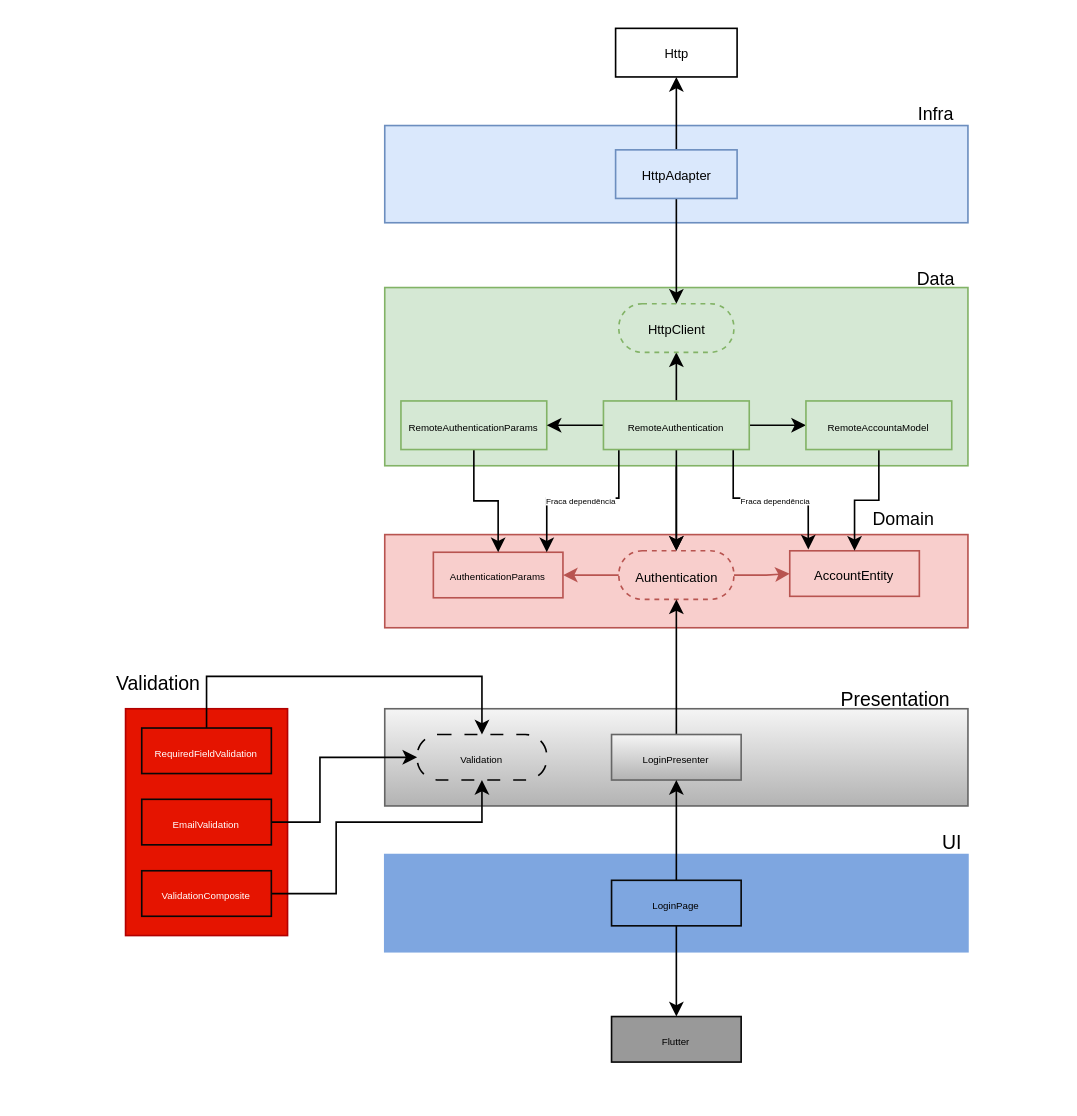
Before: Diagrama sem nome.drawio in GamingTechEdu/arquitetura, a draw.io diagram. Source tidied: cells renumbered, new cells numbered last; positions are measured from the earlier drawing's top-left corner, leaving out a move shared by most shapes. Both pictures are drawn from the tidied source at 162%, with x=0, y=0 at pixel (92, 28).
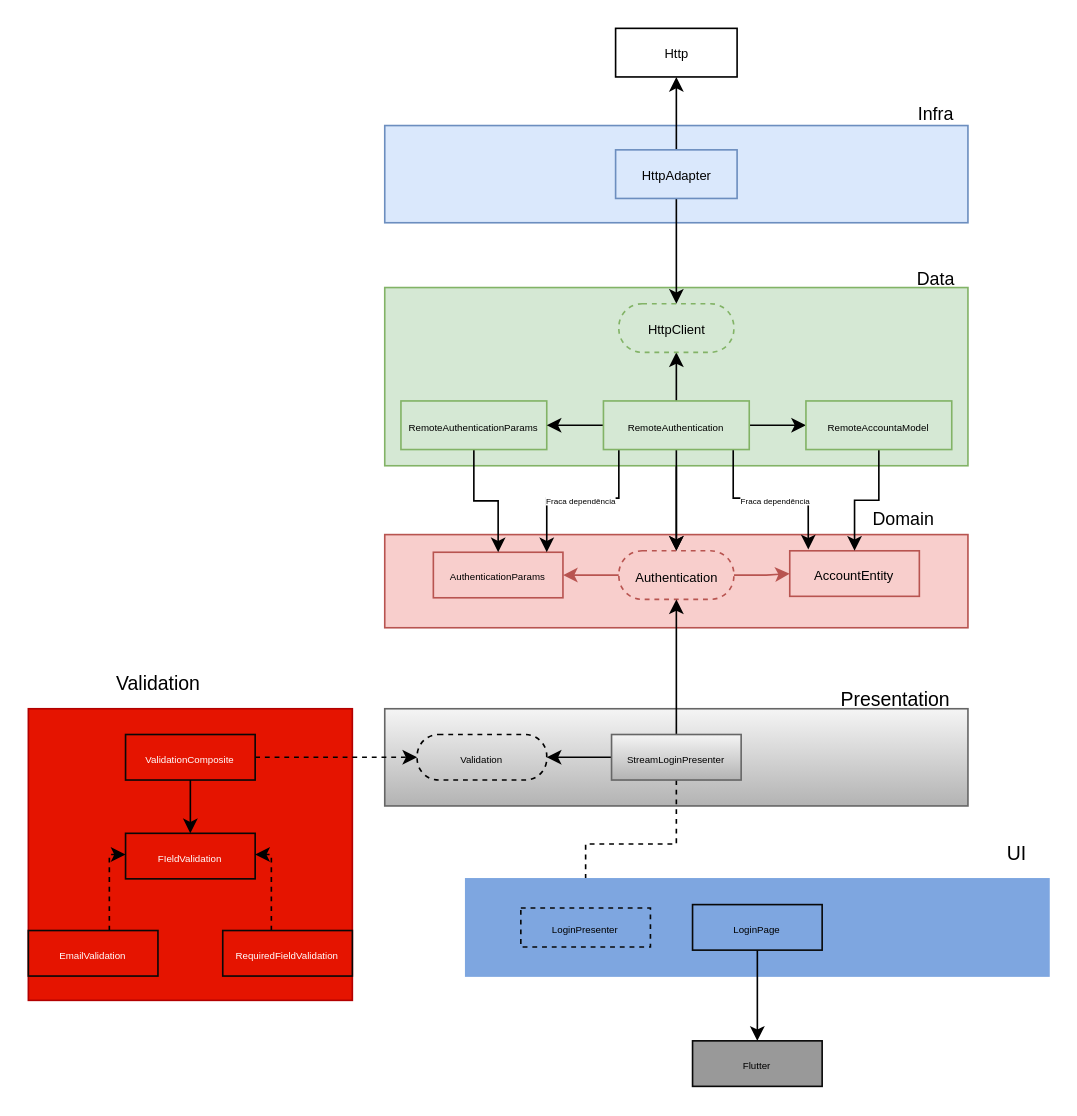
The same page after the edit.

The edit, as a diff of the source:
```diff
@@
-    <mxCell id="33" value="&lt;font style=&quot;font-size: 6px;&quot;&gt;Validation&lt;/font&gt;" style="rounded=1;whiteSpace=wrap;html=1;fillColor=none;arcSize=47;dashed=1;dashPattern=8 8;" parent="1" vertex="1">
+    <mxCell id="33" value="&lt;font style=&quot;font-size: 6px;&quot;&gt;Validation&lt;/font&gt;" style="rounded=1;whiteSpace=wrap;html=1;fillColor=none;arcSize=47;dashed=1;" parent="1" vertex="1">
       <mxGeometry x="200" y="435.9" width="80" height="28.1" as="geometry" />
     </mxCell>
@@
+    <mxCell id="51" style="edgeStyle=orthogonalEdgeStyle;rounded=0;jettySize=auto;html=1;dashed=1;" parent="1" edge="1" source="35" target="54">
+      <mxGeometry relative="1" as="geometry" />
+    </mxCell>
+    <mxCell id="52" style="edgeStyle=orthogonalEdgeStyle;rounded=0;jettySize=auto;html=1;" parent="1" edge="1" source="35" target="33">
+      <mxGeometry relative="1" as="geometry" />
+    </mxCell>
-    <mxCell id="35" value="&lt;span style=&quot;font-size: 6px;&quot;&gt;LoginPresenter&lt;/span&gt;" style="rounded=0;whiteSpace=wrap;html=1;fillColor=#f5f5f5;strokeColor=#666666;gradientColor=#b3b3b3;" parent="1" vertex="1">
+    <mxCell id="35" value="&lt;span style=&quot;font-size: 6px;&quot;&gt;StreamLoginPresenter&lt;/span&gt;" style="rounded=0;whiteSpace=wrap;html=1;fillColor=#f5f5f5;strokeColor=#666666;gradientColor=#b3b3b3;" parent="1" vertex="1">
       <mxGeometry x="320" y="435.9" width="80" height="28.1" as="geometry" />
     </mxCell>
     <mxCell id="36" style="rounded=0;whiteSpace=wrap;html=1;fillColor=#e51400;strokeColor=#B20000;fontColor=#ffffff;" parent="1" vertex="1">
-      <mxGeometry x="20" y="420" width="100" height="140" as="geometry" />
+      <mxGeometry x="-40" y="420" width="200" height="180" as="geometry" />
     </mxCell>
-    <mxCell id="37" style="edgeStyle=orthogonalEdgeStyle;rounded=0;jettySize=auto;html=1;" parent="1" edge="1" source="38" target="33">
-      <mxGeometry relative="1" as="geometry">
-        <Array as="points">
-          <mxPoint x="70" y="400" />
-          <mxPoint x="240" y="400" />
-        </Array>
-      </mxGeometry>
+    <mxCell id="37" style="edgeStyle=orthogonalEdgeStyle;rounded=0;jettySize=auto;html=1;dashed=1;" parent="1" edge="1" source="38" target="33">
+      <mxGeometry relative="1" as="geometry" />
     </mxCell>
-    <mxCell id="38" value="&lt;span style=&quot;font-size: 6px;&quot;&gt;RequiredFieldValidation&lt;/span&gt;" style="rounded=0;whiteSpace=wrap;html=1;fillColor=#e51400;strokeColor=#080808;fontColor=#ffffff;" parent="1" vertex="1">
-      <mxGeometry x="30" y="431.9" width="80" height="28.1" as="geometry" />
+    <mxCell id="38" value="&lt;span style=&quot;font-size: 6px;&quot;&gt;ValidationComposite&lt;/span&gt;" style="rounded=0;whiteSpace=wrap;html=1;fillColor=#e51400;strokeColor=#080808;fontColor=#ffffff;" parent="1" vertex="1">
+      <mxGeometry x="20" y="435.9" width="80" height="28.1" as="geometry" />
     </mxCell>
-    <mxCell id="39" style="edgeStyle=orthogonalEdgeStyle;rounded=0;jettySize=auto;html=1;" parent="1" edge="1" source="40" target="33">
-      <mxGeometry relative="1" as="geometry">
-        <Array as="points">
-          <mxPoint x="140" y="490" />
-          <mxPoint x="140" y="450" />
-        </Array>
-      </mxGeometry>
-    </mxCell>
-    <mxCell id="40" value="&lt;span style=&quot;font-size: 6px;&quot;&gt;EmailValidation&lt;/span&gt;" style="rounded=0;whiteSpace=wrap;html=1;fillColor=#e51400;strokeColor=#080808;fontColor=#ffffff;" parent="1" vertex="1">
-      <mxGeometry x="30" y="475.9" width="80" height="28.1" as="geometry" />
+    <mxCell id="40" value="&lt;span style=&quot;font-size: 6px;&quot;&gt;FIeldValidation&lt;/span&gt;" style="rounded=0;whiteSpace=wrap;html=1;fillColor=#e51400;strokeColor=#080808;fontColor=#ffffff;" parent="1" vertex="1">
+      <mxGeometry x="20" y="496.9" width="80" height="28.1" as="geometry" />
     </mxCell>
-    <mxCell id="41" style="edgeStyle=orthogonalEdgeStyle;rounded=0;jettySize=auto;html=1;" parent="1" edge="1" source="42" target="33">
-      <mxGeometry relative="1" as="geometry">
-        <Array as="points">
-          <mxPoint x="150" y="534" />
-          <mxPoint x="150" y="490" />
-          <mxPoint x="240" y="490" />
-        </Array>
-      </mxGeometry>
-    </mxCell>
+    <mxCell id="53" style="edgeStyle=orthogonalEdgeStyle;rounded=0;jettySize=auto;html=1;dashed=1;" parent="1" edge="1" source="42" target="40">
+      <mxGeometry relative="1" as="geometry">
+        <Array as="points">
+          <mxPoint x="110" y="510" />
+        </Array>
+      </mxGeometry>
+    </mxCell>
-    <mxCell id="42" value="&lt;span style=&quot;font-size: 6px;&quot;&gt;ValidationComposite&lt;br&gt;&lt;/span&gt;" style="rounded=0;whiteSpace=wrap;html=1;fillColor=#e51400;strokeColor=#080808;fontColor=#ffffff;" parent="1" vertex="1">
-      <mxGeometry x="30" y="520" width="80" height="28.1" as="geometry" />
+    <mxCell id="42" value="&lt;span style=&quot;font-size: 6px;&quot;&gt;RequiredFieldValidation&lt;/span&gt;" style="rounded=0;whiteSpace=wrap;html=1;fillColor=#e51400;strokeColor=#080808;fontColor=#ffffff;" parent="1" vertex="1">
+      <mxGeometry x="80" y="556.9" width="80" height="28.1" as="geometry" />
     </mxCell>
     <mxCell id="43" style="rounded=0;whiteSpace=wrap;html=1;fillColor=#7EA6E0;strokeColor=#7EA6E0;fontColor=#ffffff;" parent="1" vertex="1">
-      <mxGeometry x="180" y="510" width="360" height="60" as="geometry" />
+      <mxGeometry x="230" y="525" width="360" height="60" as="geometry" />
     </mxCell>
-    <mxCell id="44" style="edgeStyle=orthogonalEdgeStyle;rounded=0;jettySize=auto;html=1;" parent="1" edge="1" source="46" target="35">
-      <mxGeometry relative="1" as="geometry" />
-    </mxCell>
@@
     <mxCell id="46" value="&lt;span style=&quot;font-size: 6px;&quot;&gt;LoginPage&lt;/span&gt;" style="rounded=0;whiteSpace=wrap;html=1;fillColor=#7EA6E0;strokeColor=#080808;" parent="1" vertex="1">
-      <mxGeometry x="320" y="525.9" width="80" height="28.1" as="geometry" />
+      <mxGeometry x="370" y="540.9" width="80" height="28.1" as="geometry" />
     </mxCell>
     <mxCell id="47" value="&lt;span style=&quot;font-size: 6px;&quot;&gt;Flutter&lt;/span&gt;" style="rounded=0;whiteSpace=wrap;html=1;fillColor=#999999;strokeColor=#080808;" parent="1" vertex="1">
-      <mxGeometry x="320" y="610" width="80" height="28.1" as="geometry" />
+      <mxGeometry x="370" y="625" width="80" height="28.1" as="geometry" />
     </mxCell>
@@
     <mxCell id="50" value="UI" style="text;html=1;align=center;verticalAlign=middle;strokeColor=none;fillColor=none;" parent="1" vertex="1">
-      <mxGeometry x="510" y="488" width="40" height="30" as="geometry" />
+      <mxGeometry x="550" y="495" width="40" height="30" as="geometry" />
     </mxCell>
+    <mxCell id="54" value="&lt;span style=&quot;font-size: 6px;&quot;&gt;LoginPresenter&lt;/span&gt;" style="rounded=0;whiteSpace=wrap;html=1;fillColor=#7EA6E0;strokeColor=#080808;dashed=1;" parent="1" vertex="1">
+      <mxGeometry x="264" y="543" width="80" height="24.1" as="geometry" />
+    </mxCell>
+    <mxCell id="55" style="edgeStyle=orthogonalEdgeStyle;rounded=0;jettySize=auto;html=1;dashed=1;" parent="1" edge="1" source="56" target="40">
+      <mxGeometry relative="1" as="geometry">
+        <Array as="points">
+          <mxPoint x="10" y="510" />
+        </Array>
+      </mxGeometry>
+    </mxCell>
+    <mxCell id="56" value="&lt;span style=&quot;font-size: 6px;&quot;&gt;EmailValidation&lt;br&gt;&lt;/span&gt;" style="rounded=0;whiteSpace=wrap;html=1;fillColor=#e51400;strokeColor=#080808;fontColor=#ffffff;" parent="1" vertex="1">
+      <mxGeometry x="-40" y="556.9" width="80" height="28.1" as="geometry" />
+    </mxCell>
+    <mxCell id="57" style="endArrow=classic;html=1;rounded=0;exitX=0.5;exitY=1;exitDx=0;exitDy=0;entryX=0.5;entryY=0;entryDx=0;entryDy=0;" parent="1" edge="1" source="38" target="40">
+      <mxGeometry relative="1" as="geometry" />
+    </mxCell>
```
